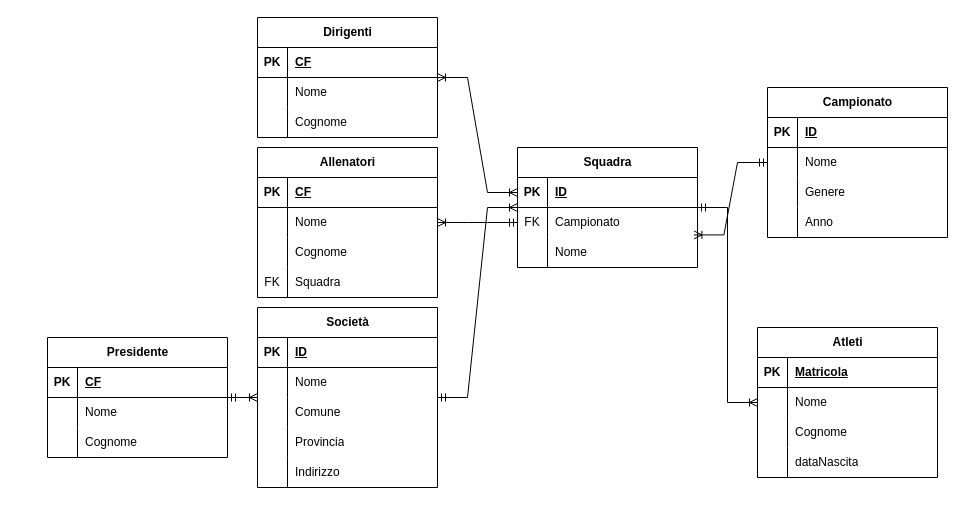
This is CS_VOLPE.drawio from Yuris-Reds/CS_VOLPE, a draw.io file, before an edit. Source tidied: cells renumbered, new cells numbered last; positions are measured from the earlier drawing's top-left corner, leaving out a move shared by most shapes. Both pictures are drawn from the tidied source at 100%, with x=0, y=0 at pixel (47, 17).
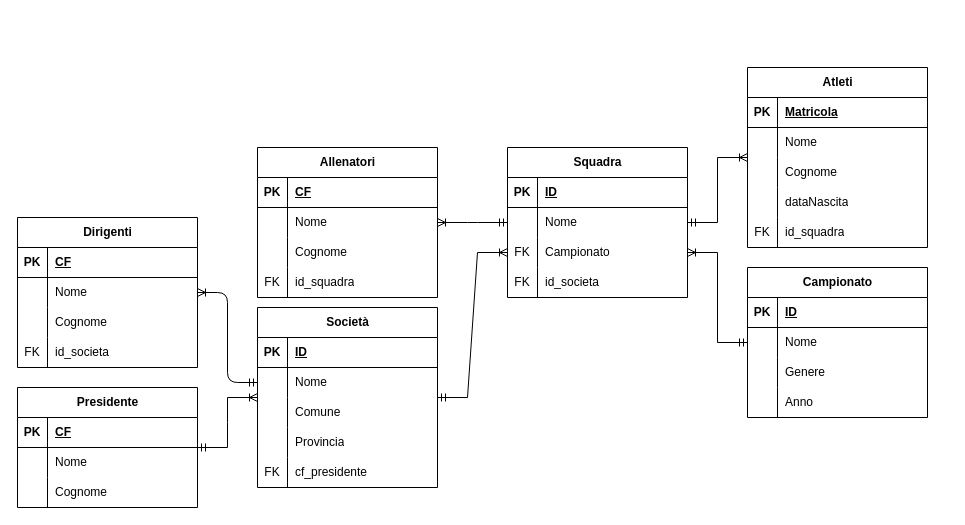
The same page after the edit.

The change refers to these unchanged cells:
```xml
<mxCell id="2" value="Società" style="shape=table;startSize=30;childLayout=tableLayout;rowLines=0;fontStyle=1;align=center;html=1;" parent="1" vertex="1">
  <mxGeometry x="210" y="290" width="180" height="180" as="geometry" />
</mxCell>
<mxCell id="6" style="shape=tableRow;horizontal=0;startSize=0;swimlaneHead=0;swimlaneBody=0;fillColor=none;points=[[0,0.5],[1,0.5]];portConstraint=eastwest;top=0;left=0;right=0;bottom=0;" parent="2" vertex="1">
  <mxGeometry y="60" width="180" height="30" as="geometry" />
</mxCell>
<mxCell id="31" value="Allenatori" style="shape=table;startSize=30;childLayout=tableLayout;rowLines=0;fontStyle=1;align=center;html=1;" parent="1" vertex="1">
  <mxGeometry x="210" y="130" width="180" height="150" as="geometry" />
</mxCell>
<mxCell id="41" style="shape=tableRow;horizontal=0;startSize=0;swimlaneHead=0;swimlaneBody=0;fillColor=none;top=0;left=0;right=0;bottom=0;" parent="31" vertex="1">
  <mxGeometry y="120" width="180" height="30" as="geometry" />
</mxCell>
<mxCell id="45" style="shape=tableRow;horizontal=0;startSize=0;swimlaneHead=0;swimlaneBody=0;fillColor=none;points=[[0,0.5],[1,0.5]];portConstraint=eastwest;top=0;left=0;right=0;bottom=1;" parent="44" vertex="1">
  <mxGeometry y="30" width="180" height="30" as="geometry" />
</mxCell>
```

Diff of the diagram source:
```diff
@@
-    <mxCell id="15" style="shape=tableRow;horizontal=0;startSize=0;swimlaneHead=0;swimlaneBody=0;fillColor=none;top=0;left=0;right=0;bottom=0;" parent="2" vertex="1">
-      <mxGeometry y="150" width="180" height="30" as="geometry" />
-    </mxCell>
-    <mxCell id="16" style="shape=partialRectangle;fillColor=none;top=0;left=0;bottom=0;right=0;overflow=hidden;whiteSpace=wrap;html=1;" parent="15" vertex="1">
-      <mxGeometry width="30" height="30" as="geometry" />
-    </mxCell>
-    <mxCell id="17" value="Indirizzo" style="shape=partialRectangle;fillColor=none;top=0;left=0;bottom=0;right=0;align=left;spacingLeft=6;overflow=hidden;whiteSpace=wrap;html=1;" parent="15" vertex="1">
-      <mxGeometry x="30" width="150" height="30" as="geometry" />
-    </mxCell>
+    <mxCell id="93" style="shape=tableRow;horizontal=0;startSize=0;swimlaneHead=0;swimlaneBody=0;fillColor=none;top=0;left=0;right=0;bottom=0;" parent="2" vertex="1">
+      <mxGeometry y="150" width="180" height="30" as="geometry" />
+    </mxCell>
+    <mxCell id="94" value="FK" style="shape=partialRectangle;fillColor=none;top=0;left=0;bottom=0;right=0;overflow=hidden;whiteSpace=wrap;html=1;" parent="93" vertex="1">
+      <mxGeometry width="30" height="30" as="geometry" />
+    </mxCell>
+    <mxCell id="95" value="cf_presidente" style="shape=partialRectangle;fillColor=none;top=0;left=0;bottom=0;right=0;align=left;spacingLeft=6;overflow=hidden;whiteSpace=wrap;html=1;" parent="93" vertex="1">
+      <mxGeometry x="30" width="150" height="30" as="geometry" />
+    </mxCell>
     <mxCell id="18" value="Campionato" style="shape=table;startSize=30;childLayout=tableLayout;rowLines=0;fontStyle=1;align=center;html=1;" parent="1" vertex="1">
-      <mxGeometry x="720" y="70" width="180" height="150" as="geometry" />
+      <mxGeometry x="700" y="250" width="180" height="150" as="geometry" />
     </mxCell>
@@
-    <mxCell id="43" value="Squadra" style="shape=partialRectangle;fillColor=none;top=0;left=0;bottom=0;right=0;align=left;spacingLeft=6;overflow=hidden;whiteSpace=wrap;html=1;" parent="41" vertex="1">
+    <mxCell id="43" value="id_squadra" style="shape=partialRectangle;fillColor=none;top=0;left=0;bottom=0;right=0;align=left;spacingLeft=6;overflow=hidden;whiteSpace=wrap;html=1;" parent="41" vertex="1">
       <mxGeometry x="30" width="150" height="30" as="geometry" />
     </mxCell>
     <mxCell id="44" value="Squadra" style="shape=table;startSize=30;childLayout=tableLayout;rowLines=0;fontStyle=1;align=center;html=1;" parent="1" vertex="1">
-      <mxGeometry x="470" y="130" width="180" height="120" as="geometry" />
+      <mxGeometry x="460" y="130" width="180" height="150" as="geometry" />
     </mxCell>
@@
+    <mxCell id="51" style="shape=tableRow;horizontal=0;startSize=0;swimlaneHead=0;swimlaneBody=0;fillColor=none;points=[[0,0.5],[1,0.5]];portConstraint=eastwest;top=0;left=0;right=0;bottom=0;" parent="44" vertex="1">
+      <mxGeometry y="60" width="180" height="30" as="geometry" />
+    </mxCell>
+    <mxCell id="52" style="shape=partialRectangle;fillColor=none;top=0;left=0;bottom=0;right=0;overflow=hidden;whiteSpace=wrap;html=1;" parent="51" vertex="1">
+      <mxGeometry width="30" height="30" as="geometry" />
+    </mxCell>
+    <mxCell id="53" value="Nome" style="shape=partialRectangle;fillColor=none;top=0;left=0;bottom=0;right=0;align=left;spacingLeft=6;overflow=hidden;whiteSpace=wrap;html=1;" parent="51" vertex="1">
+      <mxGeometry x="30" width="150" height="30" as="geometry" />
+    </mxCell>
     <mxCell id="48" style="shape=tableRow;horizontal=0;startSize=0;swimlaneHead=0;swimlaneBody=0;fillColor=none;points=[[0,0.5],[1,0.5]];portConstraint=eastwest;top=0;left=0;right=0;bottom=0;" parent="44" vertex="1">
-      <mxGeometry y="60" width="180" height="30" as="geometry" />
+      <mxGeometry y="90" width="180" height="30" as="geometry" />
     </mxCell>
@@
-    <mxCell id="51" style="shape=tableRow;horizontal=0;startSize=0;swimlaneHead=0;swimlaneBody=0;fillColor=none;points=[[0,0.5],[1,0.5]];portConstraint=eastwest;top=0;left=0;right=0;bottom=0;" parent="44" vertex="1">
-      <mxGeometry y="90" width="180" height="30" as="geometry" />
-    </mxCell>
-    <mxCell id="52" style="shape=partialRectangle;fillColor=none;top=0;left=0;bottom=0;right=0;overflow=hidden;whiteSpace=wrap;html=1;" parent="51" vertex="1">
-      <mxGeometry width="30" height="30" as="geometry" />
-    </mxCell>
-    <mxCell id="53" value="Nome" style="shape=partialRectangle;fillColor=none;top=0;left=0;bottom=0;right=0;align=left;spacingLeft=6;overflow=hidden;whiteSpace=wrap;html=1;" parent="51" vertex="1">
-      <mxGeometry x="30" width="150" height="30" as="geometry" />
-    </mxCell>
+    <mxCell id="96" style="shape=tableRow;horizontal=0;startSize=0;swimlaneHead=0;swimlaneBody=0;fillColor=none;top=0;left=0;right=0;bottom=0;" parent="44" vertex="1">
+      <mxGeometry y="120" width="180" height="30" as="geometry" />
+    </mxCell>
+    <mxCell id="97" value="FK" style="shape=partialRectangle;fillColor=none;top=0;left=0;bottom=0;right=0;overflow=hidden;whiteSpace=wrap;html=1;" parent="96" vertex="1">
+      <mxGeometry width="30" height="30" as="geometry" />
+    </mxCell>
+    <mxCell id="98" value="id_societa" style="shape=partialRectangle;fillColor=none;top=0;left=0;bottom=0;right=0;align=left;spacingLeft=6;overflow=hidden;whiteSpace=wrap;html=1;" parent="96" vertex="1">
+      <mxGeometry x="30" width="150" height="30" as="geometry" />
+    </mxCell>
-    <mxCell id="54" style="edgeStyle=entityRelationEdgeStyle;fontSize=12;html=1;endArrow=ERoneToMany;startArrow=ERmandOne;rounded=0;" parent="1" edge="1" source="2" target="44">
+    <mxCell id="54" style="edgeStyle=entityRelationEdgeStyle;fontSize=12;html=1;endArrow=ERoneToMany;startArrow=ERmandOne;rounded=0;" parent="1" edge="1" source="2" target="48">
       <mxGeometry relative="1" as="geometry" />
     </mxCell>
     <mxCell id="55" value="Dirigenti" style="shape=table;startSize=30;childLayout=tableLayout;rowLines=0;fontStyle=1;align=center;html=1;" parent="1" vertex="1">
-      <mxGeometry x="210" width="180" height="120" as="geometry" />
+      <mxGeometry x="-30" y="200" width="180" height="150" as="geometry" />
     </mxCell>
@@
+    <mxCell id="99" style="shape=tableRow;horizontal=0;startSize=0;swimlaneHead=0;swimlaneBody=0;fillColor=none;top=0;left=0;right=0;bottom=0;" parent="55" vertex="1">
+      <mxGeometry y="120" width="180" height="30" as="geometry" />
+    </mxCell>
+    <mxCell id="100" value="FK" style="shape=partialRectangle;fillColor=none;top=0;left=0;bottom=0;right=0;overflow=hidden;whiteSpace=wrap;html=1;" parent="99" vertex="1">
+      <mxGeometry width="30" height="30" as="geometry" />
+    </mxCell>
+    <mxCell id="101" value="id_societa" style="shape=partialRectangle;fillColor=none;top=0;left=0;bottom=0;right=0;align=left;spacingLeft=6;overflow=hidden;whiteSpace=wrap;html=1;" parent="99" vertex="1">
+      <mxGeometry x="30" width="150" height="30" as="geometry" />
+    </mxCell>
     <mxCell id="65" value="Atleti" style="shape=table;startSize=30;childLayout=tableLayout;rowLines=0;fontStyle=1;align=center;html=1;" parent="1" vertex="1">
-      <mxGeometry x="710" y="310" width="180" height="150" as="geometry" />
+      <mxGeometry x="700" y="50" width="180" height="180" as="geometry" />
     </mxCell>
@@
+    <mxCell id="102" style="shape=tableRow;horizontal=0;startSize=0;swimlaneHead=0;swimlaneBody=0;fillColor=none;top=0;left=0;right=0;bottom=0;" parent="65" vertex="1">
+      <mxGeometry y="150" width="180" height="30" as="geometry" />
+    </mxCell>
+    <mxCell id="103" value="FK" style="shape=partialRectangle;fillColor=none;top=0;left=0;bottom=0;right=0;overflow=hidden;whiteSpace=wrap;html=1;" parent="102" vertex="1">
+      <mxGeometry width="30" height="30" as="geometry" />
+    </mxCell>
+    <mxCell id="104" value="id_squadra" style="shape=partialRectangle;fillColor=none;top=0;left=0;bottom=0;right=0;align=left;spacingLeft=6;overflow=hidden;whiteSpace=wrap;html=1;" parent="102" vertex="1">
+      <mxGeometry x="30" width="150" height="30" as="geometry" />
+    </mxCell>
     <mxCell id="78" value="Presidente" style="shape=table;startSize=30;childLayout=tableLayout;rowLines=0;fontStyle=1;align=center;html=1;" parent="1" vertex="1">
-      <mxGeometry y="320" width="180" height="120" as="geometry" />
+      <mxGeometry x="-30" y="370" width="180" height="120" as="geometry" />
     </mxCell>
@@
-    <mxCell id="89" style="edgeStyle=entityRelationEdgeStyle;fontSize=12;html=1;endArrow=ERoneToMany;startArrow=ERmandOne;rounded=0;exitX=0;exitY=0.5;exitDx=0;exitDy=0;" parent="1" edge="1" source="48" target="31">
+    <mxCell id="89" style="edgeStyle=entityRelationEdgeStyle;fontSize=12;html=1;endArrow=ERoneToMany;startArrow=ERmandOne;rounded=0;" parent="1" edge="1" source="51" target="31">
       <mxGeometry relative="1" as="geometry">
         <Array as="points">
-          <mxPoint x="467.8" y="113.1" />
+          <mxPoint x="507.8" y="148.1" />
         </Array>
       </mxGeometry>
     </mxCell>
-    <mxCell id="90" style="edgeStyle=entityRelationEdgeStyle;fontSize=12;html=1;endArrow=ERoneToMany;startArrow=ERoneToMany;rounded=0;exitX=0;exitY=0.5;exitDx=0;exitDy=0;" parent="1" edge="1" source="45" target="55">
-      <mxGeometry relative="1" as="geometry" />
-    </mxCell>
@@
-    <mxCell id="92" style="edgeStyle=entityRelationEdgeStyle;fontSize=12;html=1;endArrow=ERoneToMany;startArrow=ERmandOne;rounded=0;entryX=0.98;entryY=-0.086;entryDx=0;entryDy=0;entryPerimeter=0;" parent="1" edge="1" source="18" target="51">
+    <mxCell id="92" style="edgeStyle=entityRelationEdgeStyle;fontSize=12;html=1;endArrow=ERoneToMany;startArrow=ERmandOne;rounded=0;" parent="1" edge="1" source="18" target="48">
       <mxGeometry relative="1" as="geometry" />
     </mxCell>
+    <mxCell id="105" style="edgeStyle=entityRelationEdgeStyle;fontSize=12;html=1;endArrow=ERoneToMany;startArrow=ERmandOne;" parent="1" edge="1" source="6" target="55">
+      <mxGeometry relative="1" as="geometry" />
+    </mxCell>
```
